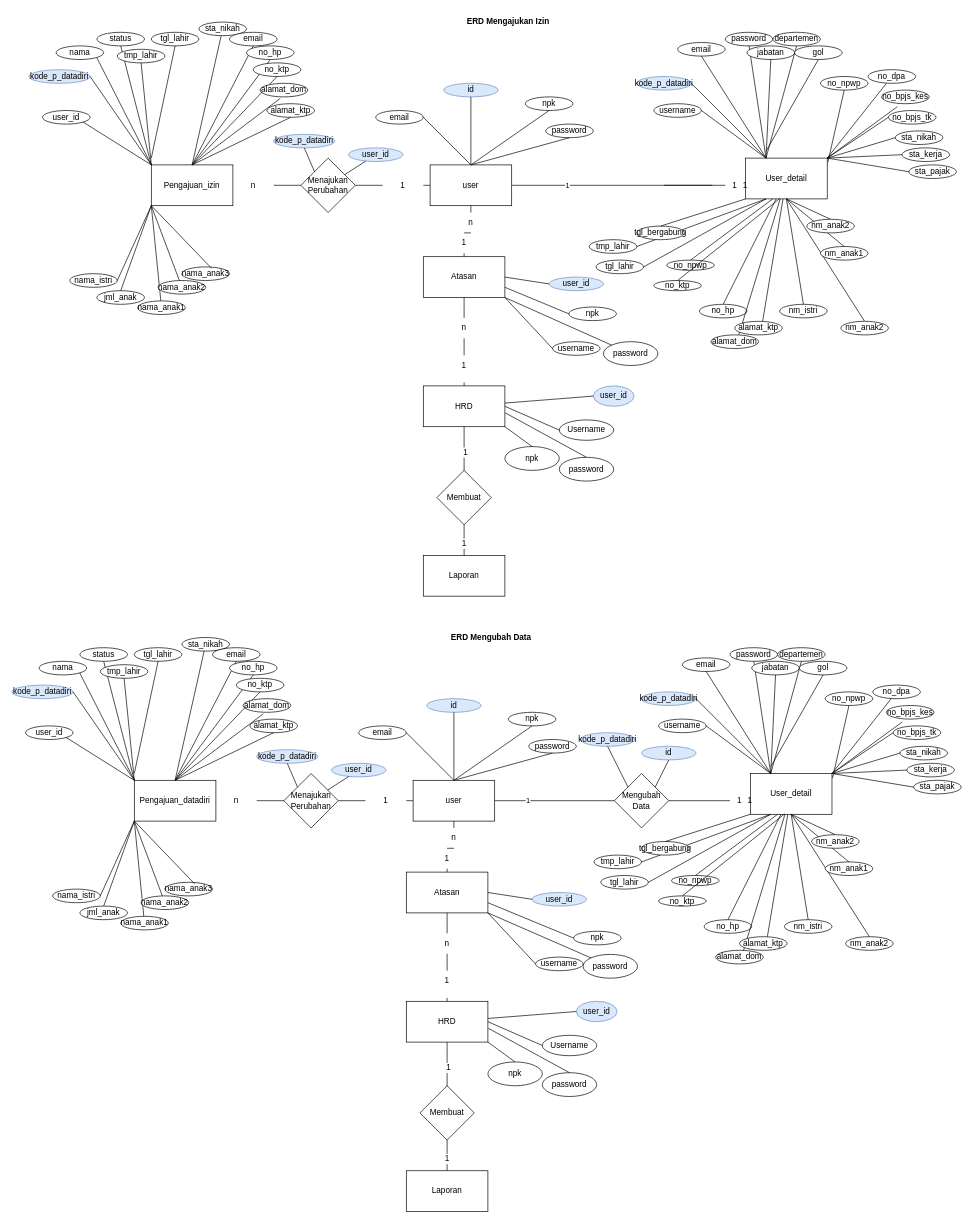
The draw.io diagram page "ERD" (2 of 6) of ERDS1AR/ERD S1AR.drawio in magang-aiia/ERD-Diagram, before the edit. Source tidied: cells renumbered, new cells numbered last; positions are measured from the earlier drawing's top-left corner, leaving out a move shared by most shapes. Both pictures are drawn from the tidied source at 68%, with x=0, y=0 at pixel (12, 12).
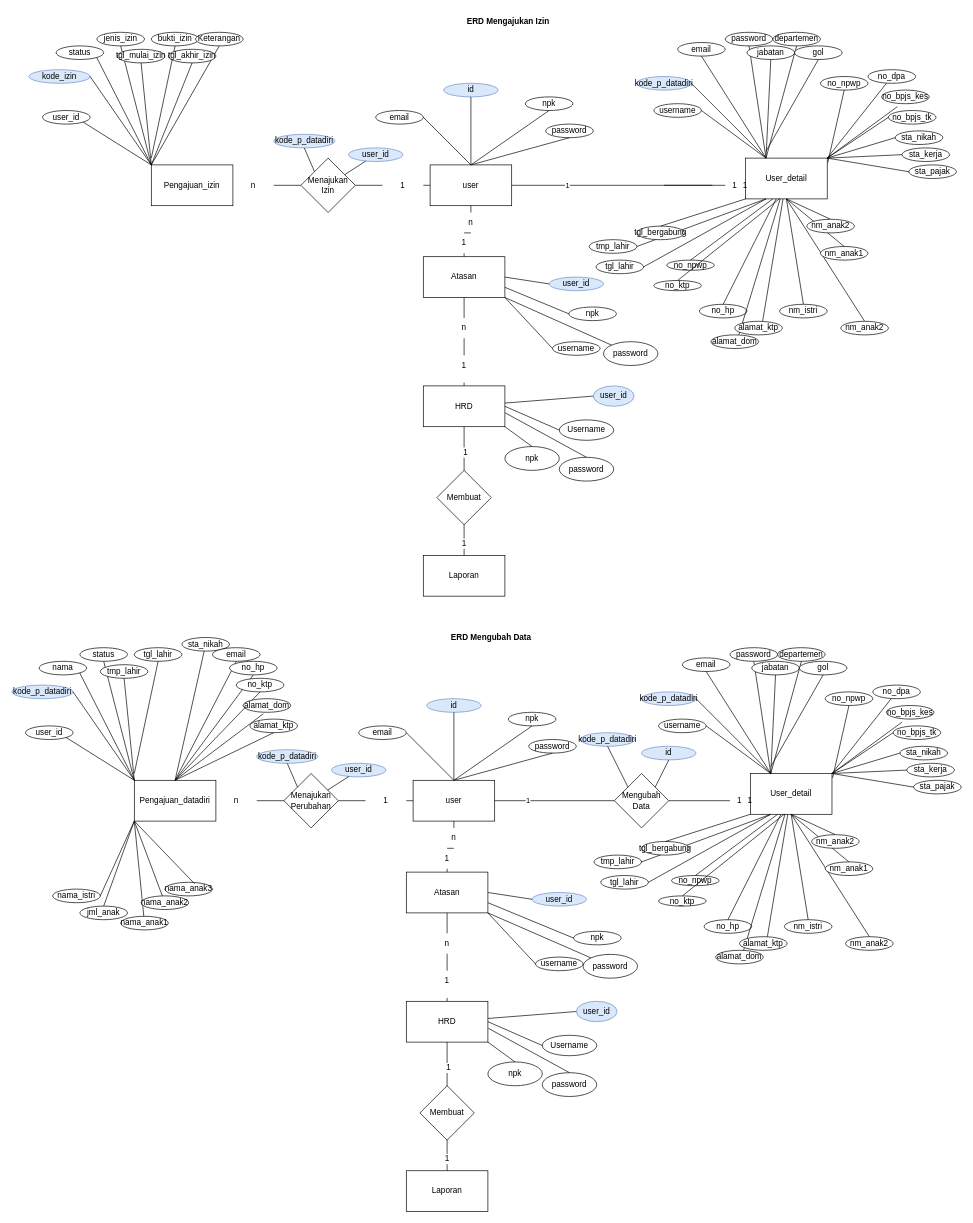
The same page after the edit.

The change refers to these unchanged cells:
```xml
<mxCell id="237" value="Pengajuan_izin" style="rounded=0;whiteSpace=wrap;html=1;" parent="1" vertex="1">
  <mxGeometry x="205" y="225" width="120" height="60" as="geometry" />
</mxCell>
```

Change to the diagram source:
```diff
@@
-    <mxCell id="239" value="Menajukan Perubahan" style="rhombus;whiteSpace=wrap;html=1;" parent="1" vertex="1">
+    <mxCell id="239" value="Menajukan Izin" style="rhombus;whiteSpace=wrap;html=1;" parent="1" vertex="1">
       <mxGeometry x="425" y="215" width="80" height="80" as="geometry" />
     </mxCell>
@@
-    <mxCell id="255" value="kode_p_datadiri" style="ellipse;whiteSpace=wrap;html=1;fillColor=#dae8fc;strokeColor=#6c8ebf;" parent="1" vertex="1">
+    <mxCell id="255" value="kode_izin" style="ellipse;whiteSpace=wrap;html=1;fillColor=#dae8fc;strokeColor=#6c8ebf;" parent="1" vertex="1">
       <mxGeometry x="25" y="85" width="90" height="20" as="geometry" />
     </mxCell>
-    <mxCell id="256" value="status" style="ellipse;whiteSpace=wrap;html=1;" parent="1" vertex="1">
+    <mxCell id="256" value="jenis_izin" style="ellipse;whiteSpace=wrap;html=1;" parent="1" vertex="1">
       <mxGeometry x="125" y="30" width="70" height="20" as="geometry" />
     </mxCell>
-    <mxCell id="257" value="nama" style="ellipse;whiteSpace=wrap;html=1;" parent="1" vertex="1">
+    <mxCell id="257" value="status" style="ellipse;whiteSpace=wrap;html=1;" parent="1" vertex="1">
       <mxGeometry x="65" y="50" width="70" height="20" as="geometry" />
     </mxCell>
@@
-    <mxCell id="262" value="tmp_lahir" style="ellipse;whiteSpace=wrap;html=1;" parent="1" vertex="1">
+    <mxCell id="262" value="tgl_mulai_izin" style="ellipse;whiteSpace=wrap;html=1;" parent="1" vertex="1">
       <mxGeometry x="155" y="55" width="70" height="20" as="geometry" />
     </mxCell>
-    <mxCell id="263" value="tgl_lahir" style="ellipse;whiteSpace=wrap;html=1;" parent="1" vertex="1">
+    <mxCell id="263" value="bukti_izin" style="ellipse;whiteSpace=wrap;html=1;" parent="1" vertex="1">
       <mxGeometry x="205" y="30" width="70" height="20" as="geometry" />
     </mxCell>
@@
-    <mxCell id="266" value="sta_nikah" style="ellipse;whiteSpace=wrap;html=1;" parent="1" vertex="1">
-      <mxGeometry x="275" y="15" width="70" height="20" as="geometry" />
-    </mxCell>
-    <mxCell id="267" style="endArrow=none;html=1;rounded=0;exitX=0.5;exitY=0;exitDx=0;exitDy=0;" parent="1" edge="1" source="237" target="266">
-      <mxGeometry relative="1" as="geometry" />
-    </mxCell>
-    <mxCell id="268" value="email" style="ellipse;whiteSpace=wrap;html=1;" parent="1" vertex="1">
-      <mxGeometry x="320" y="30" width="70" height="20" as="geometry" />
-    </mxCell>
-    <mxCell id="269" style="endArrow=none;html=1;rounded=0;entryX=0.5;entryY=1;entryDx=0;entryDy=0;exitX=0.5;exitY=0;exitDx=0;exitDy=0;" parent="1" edge="1" source="237" target="268">
-      <mxGeometry relative="1" as="geometry" />
-    </mxCell>
-    <mxCell id="270" value="no_hp" style="ellipse;whiteSpace=wrap;html=1;" parent="1" vertex="1">
-      <mxGeometry x="345" y="50" width="70" height="20" as="geometry" />
-    </mxCell>
-    <mxCell id="271" style="endArrow=none;html=1;rounded=0;entryX=0.5;entryY=1;entryDx=0;entryDy=0;exitX=0.5;exitY=0;exitDx=0;exitDy=0;" parent="1" edge="1" source="237" target="270">
-      <mxGeometry relative="1" as="geometry" />
-    </mxCell>
-    <mxCell id="272" value="no_ktp" style="ellipse;whiteSpace=wrap;html=1;" parent="1" vertex="1">
-      <mxGeometry x="355" y="75" width="70" height="20" as="geometry" />
-    </mxCell>
-    <mxCell id="273" style="endArrow=none;html=1;rounded=0;entryX=0.5;entryY=1;entryDx=0;entryDy=0;exitX=0.5;exitY=0;exitDx=0;exitDy=0;" parent="1" edge="1" source="237" target="272">
-      <mxGeometry relative="1" as="geometry" />
-    </mxCell>
-    <mxCell id="274" value="alamat_dom" style="ellipse;whiteSpace=wrap;html=1;" parent="1" vertex="1">
-      <mxGeometry x="365" y="105" width="70" height="20" as="geometry" />
-    </mxCell>
-    <mxCell id="275" style="endArrow=none;html=1;rounded=0;entryX=0.425;entryY=1.108;entryDx=0;entryDy=0;entryPerimeter=0;" parent="1" edge="1" target="274">
-      <mxGeometry relative="1" as="geometry">
-        <mxPoint x="265" y="225" as="sourcePoint" />
-      </mxGeometry>
-    </mxCell>
-    <mxCell id="276" value="alamat_ktp" style="ellipse;whiteSpace=wrap;html=1;" parent="1" vertex="1">
-      <mxGeometry x="375" y="135" width="70" height="20" as="geometry" />
-    </mxCell>
-    <mxCell id="277" style="endArrow=none;html=1;rounded=0;entryX=0.5;entryY=1;entryDx=0;entryDy=0;exitX=0.5;exitY=0;exitDx=0;exitDy=0;" parent="1" edge="1" source="237" target="276">
-      <mxGeometry relative="1" as="geometry" />
-    </mxCell>
-    <mxCell id="278" value="nama_istri" style="ellipse;whiteSpace=wrap;html=1;" parent="1" vertex="1">
-      <mxGeometry x="85" y="385" width="70" height="20" as="geometry" />
-    </mxCell>
-    <mxCell id="279" style="endArrow=none;html=1;rounded=0;entryX=0;entryY=1;entryDx=0;entryDy=0;exitX=1;exitY=0.5;exitDx=0;exitDy=0;" parent="1" edge="1" source="278" target="237">
-      <mxGeometry relative="1" as="geometry" />
-    </mxCell>
-    <mxCell id="280" value="jml_anak" style="ellipse;whiteSpace=wrap;html=1;" parent="1" vertex="1">
-      <mxGeometry x="125" y="410" width="70" height="20" as="geometry" />
-    </mxCell>
-    <mxCell id="281" style="endArrow=none;html=1;rounded=0;exitX=0.5;exitY=0;exitDx=0;exitDy=0;entryX=0;entryY=1;entryDx=0;entryDy=0;" parent="1" edge="1" source="280" target="237">
-      <mxGeometry relative="1" as="geometry" />
-    </mxCell>
-    <mxCell id="282" value="nama_anak1" style="ellipse;whiteSpace=wrap;html=1;" parent="1" vertex="1">
-      <mxGeometry x="185" y="425" width="70" height="20" as="geometry" />
-    </mxCell>
-    <mxCell id="283" style="endArrow=none;html=1;rounded=0;entryX=0;entryY=1;entryDx=0;entryDy=0;" parent="1" edge="1" source="282" target="237">
-      <mxGeometry relative="1" as="geometry" />
-    </mxCell>
-    <mxCell id="284" value="nama_anak2" style="ellipse;whiteSpace=wrap;html=1;" parent="1" vertex="1">
-      <mxGeometry x="215" y="395" width="70" height="20" as="geometry" />
-    </mxCell>
-    <mxCell id="285" style="endArrow=none;html=1;rounded=0;entryX=0;entryY=1;entryDx=0;entryDy=0;" parent="1" edge="1" source="284" target="237">
-      <mxGeometry relative="1" as="geometry" />
-    </mxCell>
-    <mxCell id="286" value="nama_anak3" style="ellipse;whiteSpace=wrap;html=1;" parent="1" vertex="1">
-      <mxGeometry x="250" y="375" width="70" height="20" as="geometry" />
-    </mxCell>
-    <mxCell id="287" style="endArrow=none;html=1;rounded=0;entryX=0;entryY=1;entryDx=0;entryDy=0;exitX=0.624;exitY=0.108;exitDx=0;exitDy=0;exitPerimeter=0;" parent="1" edge="1" source="286" target="237">
-      <mxGeometry relative="1" as="geometry" />
-    </mxCell>
@@
+    <mxCell id="303" value="Keterangan" style="ellipse;whiteSpace=wrap;html=1;" parent="1" vertex="1">
+      <mxGeometry x="270" y="30" width="70" height="20" as="geometry" />
+    </mxCell>
+    <mxCell id="304" style="endArrow=none;html=1;rounded=0;entryX=0.5;entryY=1;entryDx=0;entryDy=0;exitX=0;exitY=0;exitDx=0;exitDy=0;" parent="1" edge="1" source="237" target="303">
+      <mxGeometry relative="1" as="geometry" />
+    </mxCell>
+    <mxCell id="305" value="tgl_akhir_izin" style="ellipse;whiteSpace=wrap;html=1;" parent="1" vertex="1">
+      <mxGeometry x="230" y="55" width="70" height="20" as="geometry" />
+    </mxCell>
+    <mxCell id="306" style="endArrow=none;html=1;rounded=0;entryX=0.5;entryY=1;entryDx=0;entryDy=0;exitX=0;exitY=0;exitDx=0;exitDy=0;" parent="1" edge="1" source="237" target="305">
+      <mxGeometry relative="1" as="geometry" />
+    </mxCell>
```
